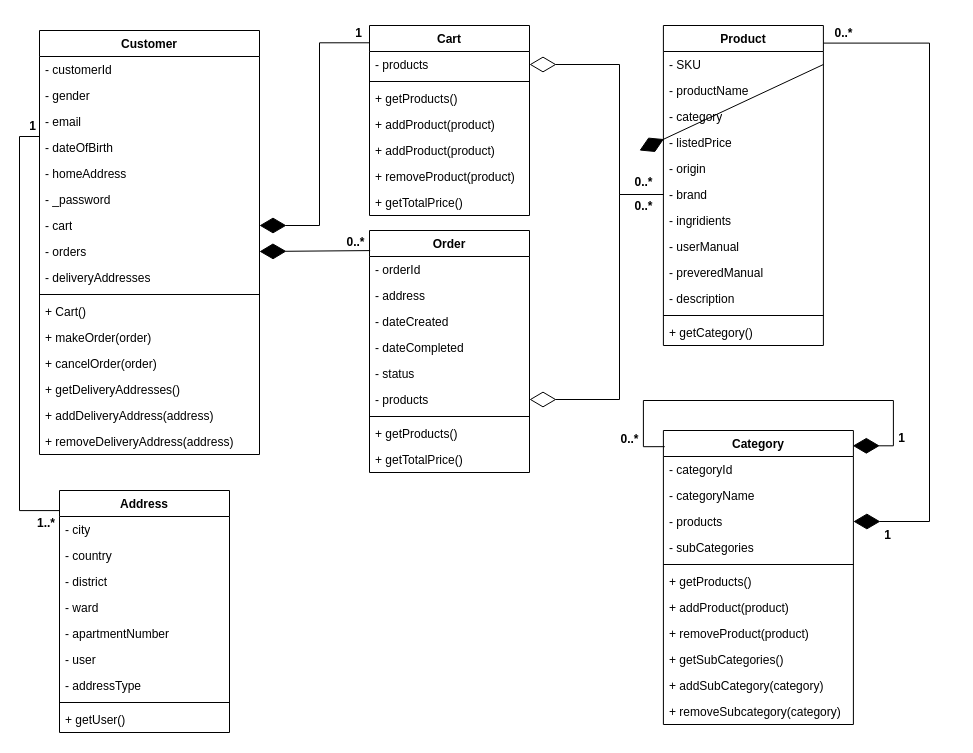
Earlier version of the draw.io diagram page "Class Diagram" (4 of 9) of __document/diagram/PBL03.drawio (BlenDMinh/PBL03). Source tidied: cells renumbered, new cells numbered last; positions are measured from the earlier drawing's top-left corner, leaving out a move shared by most shapes. Both pictures are drawn from the tidied source at 100%, with x=0, y=0 at pixel (17, 18).
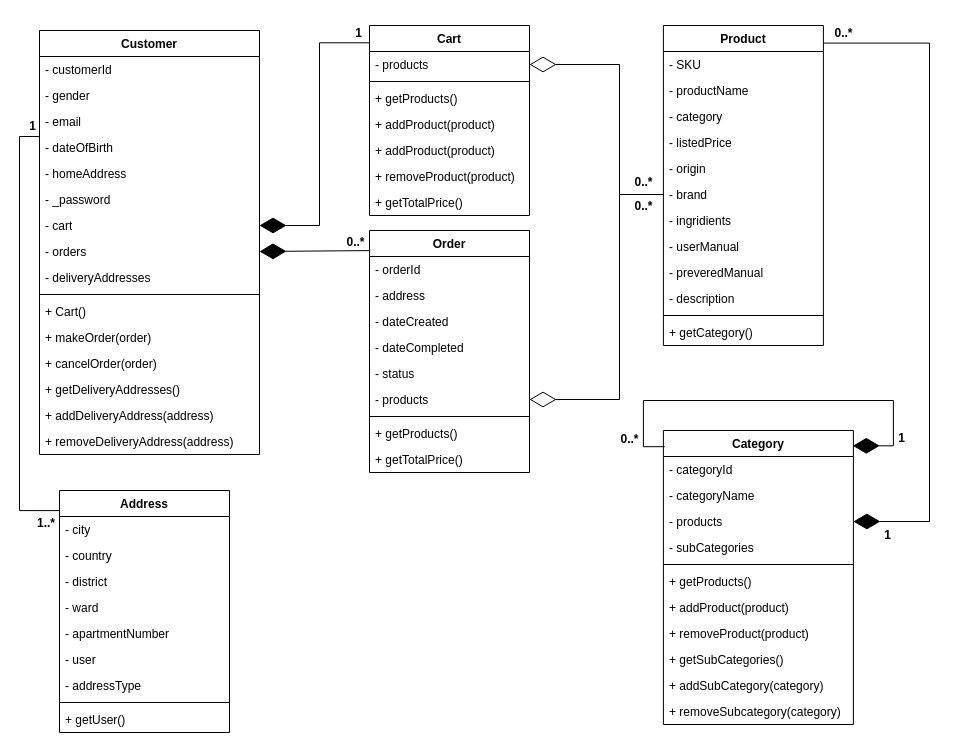
The same diagram, later.

Unchanged cells that the change refers to:
```xml
<mxCell id="40" value="- SKU" style="text;strokeColor=none;fillColor=none;align=left;verticalAlign=top;spacingLeft=4;spacingRight=4;overflow=hidden;points=[[0,0.5],[1,0.5]];portConstraint=eastwest;whiteSpace=wrap;html=1;" parent="39" vertex="1">
  <mxGeometry y="26" width="160" height="26" as="geometry" />
</mxCell>
```

What changed in the source:
```diff
@@
-    <mxCell id="52" style="endArrow=diamondThin;endFill=1;endSize=24;html=1;rounded=0;entryX=0;entryY=0.5;entryDx=0;entryDy=0;exitX=1;exitY=0.5;exitDx=0;exitDy=0;" parent="1" edge="1" source="40">
-      <mxGeometry relative="1" as="geometry">
-        <mxPoint x="622" y="132" as="targetPoint" />
-      </mxGeometry>
-    </mxCell>
```
